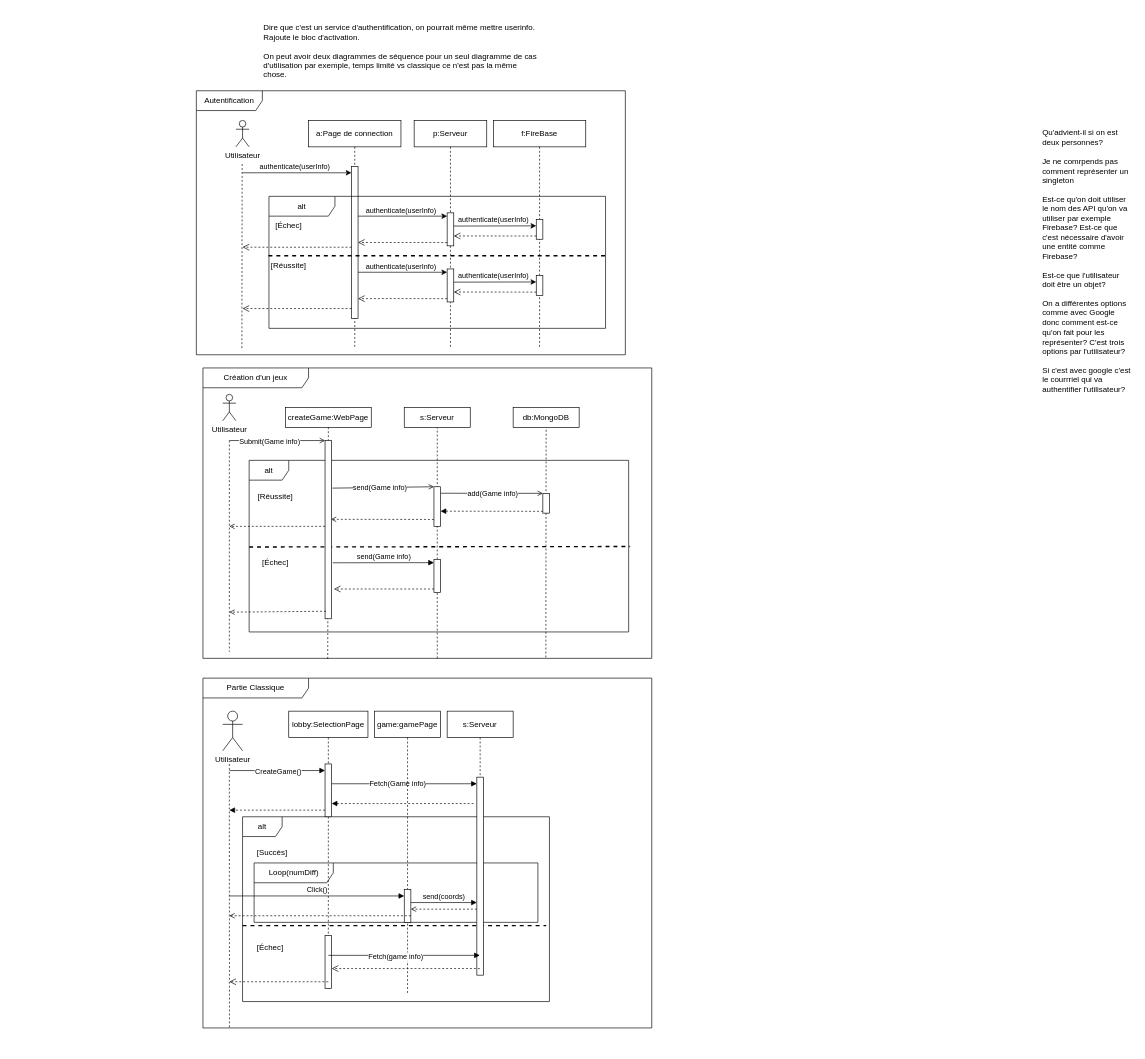
Earlier version of the draw.io diagram page "Diagrammes de séquences" (2 of 2) of doc/diagramme-cas-utilisation.drawio (margielamob/Cherches-Trouves-Gagnes). Source tidied: cells renumbered, new cells numbered last; positions are measured from the earlier drawing's top-left corner, leaving out a move shared by most shapes. Both pictures are drawn from the tidied source at 66%, with x=0, y=0 at pixel (196, 11).
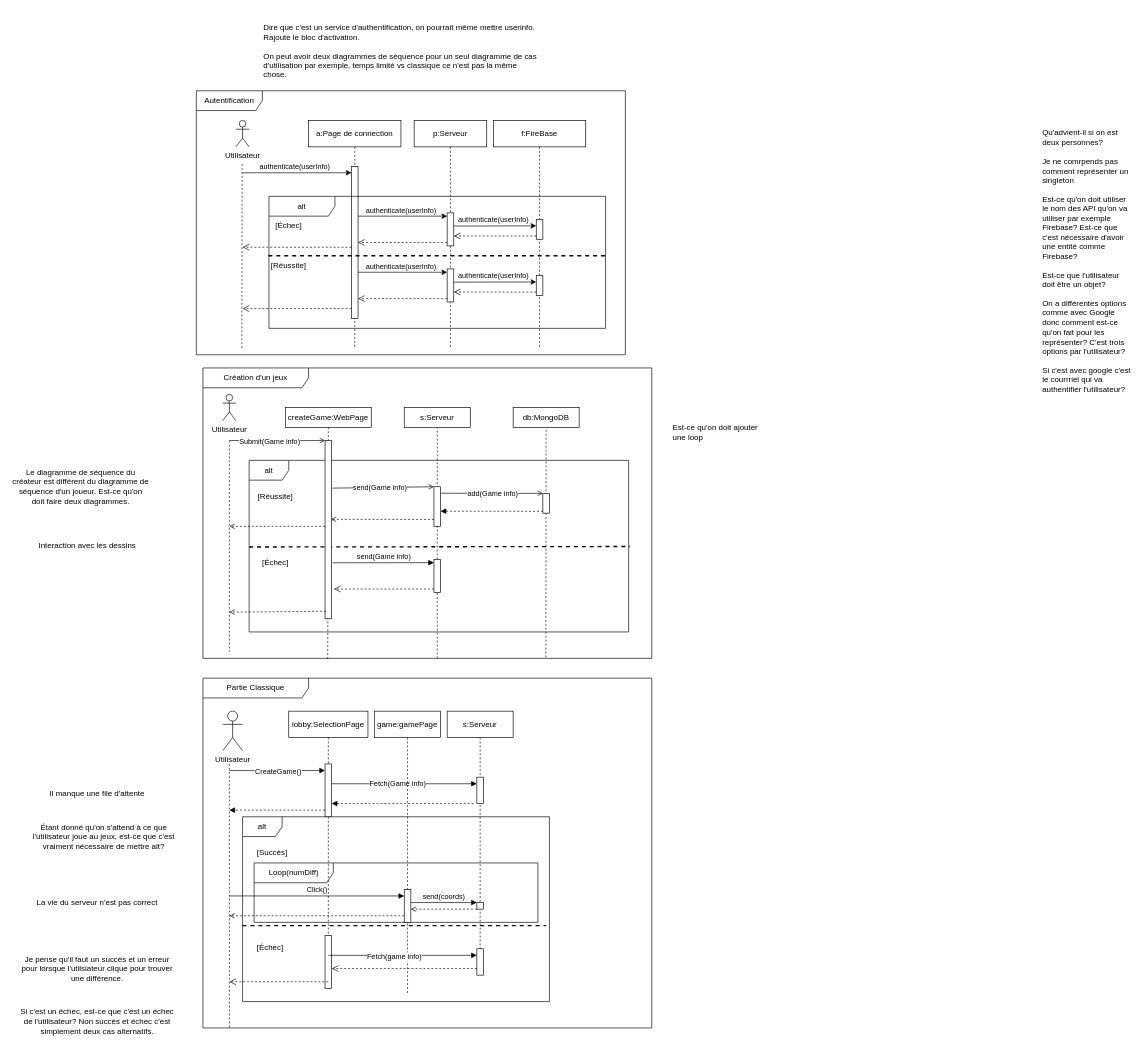
The same diagram, later.

Commit message:
ajout commentaires de Nikolay

Unchanged cells that the change refers to:
```xml
<mxCell id="68" value="Partie Classique" style="shape=umlFrame;whiteSpace=wrap;html=1;width=160;" parent="1" vertex="1">
  <mxGeometry x="10" y="1010" width="680" height="530" as="geometry" />
</mxCell>
<mxCell id="78" value="s:Serveur" style="shape=umlLifeline;perimeter=lifelinePerimeter;whiteSpace=wrap;html=1;outlineConnect=0;portConstraint=eastwest;newEdgeStyle={&quot;edgeStyle&quot;:&quot;elbowEdgeStyle&quot;,&quot;elbow&quot;:&quot;vertical&quot;,&quot;curved&quot;:0,&quot;rounded&quot;:0};" parent="68" vertex="1">
  <mxGeometry x="370" y="50" width="100" height="400" as="geometry" />
</mxCell>
<mxCell id="84" style="html=1;points=[[0,0,0,0,5],[0,1,0,0,-5],[1,0,0,0,5],[1,1,0,0,-5]];perimeter=orthogonalPerimeter;outlineConnect=0;targetShapes=umlLifeline;portConstraint=eastwest;newEdgeStyle={&quot;curved&quot;:0,&quot;rounded&quot;:0};" parent="83" vertex="1">
  <mxGeometry x="45" y="270" width="10" height="50" as="geometry" />
</mxCell>
```

Change to the diagram source:
```diff
@@
     <mxCell id="79" style="html=1;points=[[0,0,0,0,5],[0,1,0,0,-5],[1,0,0,0,5],[1,1,0,0,-5]];perimeter=orthogonalPerimeter;outlineConnect=0;targetShapes=umlLifeline;portConstraint=eastwest;newEdgeStyle={&quot;curved&quot;:0,&quot;rounded&quot;:0};" parent="78" vertex="1">
-      <mxGeometry x="45" y="100" width="10" height="300" as="geometry" />
+      <mxGeometry x="45" y="100" width="10" height="40" as="geometry" />
     </mxCell>
+    <mxCell id="93" style="html=1;perimeter=orthogonalPerimeter;targetShapes=umlLifeline;newEdgeStyle={&quot;curved&quot;:0,&quot;rounded&quot;:0};" parent="78" vertex="1">
+      <mxGeometry x="45" y="290" width="10" height="10" as="geometry" />
+    </mxCell>
+    <mxCell id="94" style="html=1;points=[[0,0,0,0,5],[0,1,0,0,-5],[1,0,0,0,5],[1,1,0,0,-5]];perimeter=orthogonalPerimeter;outlineConnect=0;targetShapes=umlLifeline;portConstraint=eastwest;newEdgeStyle={&quot;curved&quot;:0,&quot;rounded&quot;:0};" parent="78" vertex="1">
+      <mxGeometry x="45" y="360" width="10" height="40" as="geometry" />
+    </mxCell>
@@
-    <mxCell id="88" style="html=1;verticalAlign=bottom;labelBackgroundColor=none;endArrow=open;endFill=0;dashed=1;rounded=0;" parent="68" edge="1">
+    <mxCell id="88" style="html=1;verticalAlign=bottom;labelBackgroundColor=none;endArrow=open;endFill=0;dashed=1;rounded=0;" parent="68" edge="1" source="84">
       <mxGeometry relative="1" as="geometry">
-        <mxPoint x="315" y="360" as="sourcePoint" />
         <mxPoint x="40" y="360" as="targetPoint" />
       </mxGeometry>
     </mxCell>
@@
-    <mxCell id="90" style="html=1;verticalAlign=bottom;endArrow=open;dashed=1;endSize=8;curved=0;rounded=0;" parent="68" edge="1" source="78">
+    <mxCell id="90" style="html=1;verticalAlign=bottom;endArrow=open;dashed=1;endSize=8;curved=0;rounded=0;" parent="68" edge="1" source="94">
       <mxGeometry x="1" y="-40" relative="1" as="geometry">
         <mxPoint x="195" y="440" as="targetPoint" />
       </mxGeometry>
     </mxCell>
-    <mxCell id="91" style="html=1;verticalAlign=bottom;endArrow=block;curved=0;rounded=0;" parent="68" edge="1" target="78">
+    <mxCell id="91" style="html=1;verticalAlign=bottom;endArrow=block;curved=0;rounded=0;" parent="68" edge="1" target="94">
       <mxGeometry x="-1" y="-50" relative="1" as="geometry">
         <mxPoint x="190" y="420" as="sourcePoint" />
         <mxPoint x="-30" y="-10" as="offset" />
       </mxGeometry>
     </mxCell>
@@
+    <mxCell id="95" value="Est-ce qu'on doit ajouter une loop" style="text;html=1;strokeColor=none;fillColor=none;align=left;verticalAlign=middle;whiteSpace=wrap;rounded=0;" parent="1" vertex="1">
+      <mxGeometry x="720" y="605" width="140" height="65" as="geometry" />
+    </mxCell>
+    <mxCell id="96" value="Le diagramme de séquence du créateur est différent du diagramme de séquence d'un joueur. Est-ce qu'on doit faire deux diagrammes." style="text;html=1;strokeColor=none;fillColor=none;align=center;verticalAlign=middle;whiteSpace=wrap;rounded=0;" parent="1" vertex="1">
+      <mxGeometry x="-280" y="680" width="210" height="80" as="geometry" />
+    </mxCell>
+    <mxCell id="97" value="Étant donné qu'on s'attend à ce que l'utilisateur joue au jeux, est-ce que c'est vraiment nécessaire de mettre alt?" style="text;html=1;strokeColor=none;fillColor=none;align=center;verticalAlign=middle;whiteSpace=wrap;rounded=0;" parent="1" vertex="1">
+      <mxGeometry x="-260" y="1210" width="240" height="80" as="geometry" />
+    </mxCell>
+    <mxCell id="98" value="La vie du serveur n'est pas correct" style="text;html=1;strokeColor=none;fillColor=none;align=center;verticalAlign=middle;whiteSpace=wrap;rounded=0;" parent="1" vertex="1">
+      <mxGeometry x="-250" y="1340" width="200" height="20" as="geometry" />
+    </mxCell>
+    <mxCell id="99" value="Je pense qu'il faut un succès et un erreur pour lorsque l'utilsiateur clique pour trouver une différence." style="text;html=1;strokeColor=none;fillColor=none;align=center;verticalAlign=middle;whiteSpace=wrap;rounded=0;" parent="1" vertex="1">
+      <mxGeometry x="-270" y="1410" width="240" height="80" as="geometry" />
+    </mxCell>
+    <mxCell id="100" value="Il manque une file d'attente" style="text;html=1;strokeColor=none;fillColor=none;align=center;verticalAlign=middle;whiteSpace=wrap;rounded=0;" parent="1" vertex="1">
+      <mxGeometry x="-225" y="1170" width="150" height="30" as="geometry" />
+    </mxCell>
+    <mxCell id="101" value="Interaction avec les dessins" style="text;html=1;strokeColor=none;fillColor=none;align=center;verticalAlign=middle;whiteSpace=wrap;rounded=0;" parent="1" vertex="1">
+      <mxGeometry x="-270" y="770" width="210" height="80" as="geometry" />
+    </mxCell>
+    <mxCell id="102" value="Si c'est un échec, est-ce que c'est un échec de l'utilisateur? Non succès et échec c'est simplement deux cas alternatifs." style="text;html=1;strokeColor=none;fillColor=none;align=center;verticalAlign=middle;whiteSpace=wrap;rounded=0;" parent="1" vertex="1">
+      <mxGeometry x="-270" y="1490" width="240" height="80" as="geometry" />
+    </mxCell>
```
